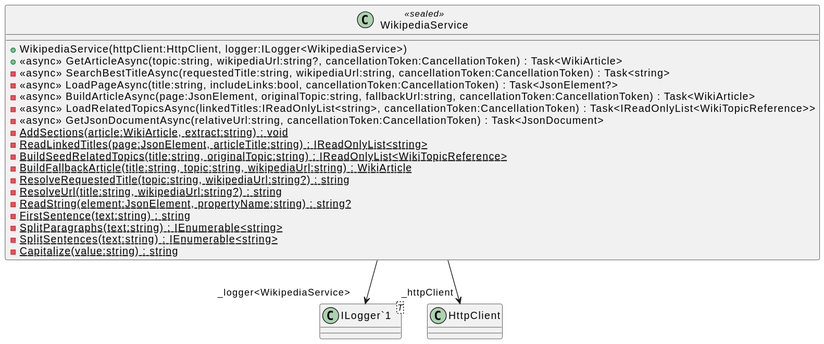
Before: uml/WikiGraph.Api/Infrastructure/Wikipedia/WikipediaService.svg, a diagram exported from PlantUML (Tirth-Thakkar/WikiGraph).
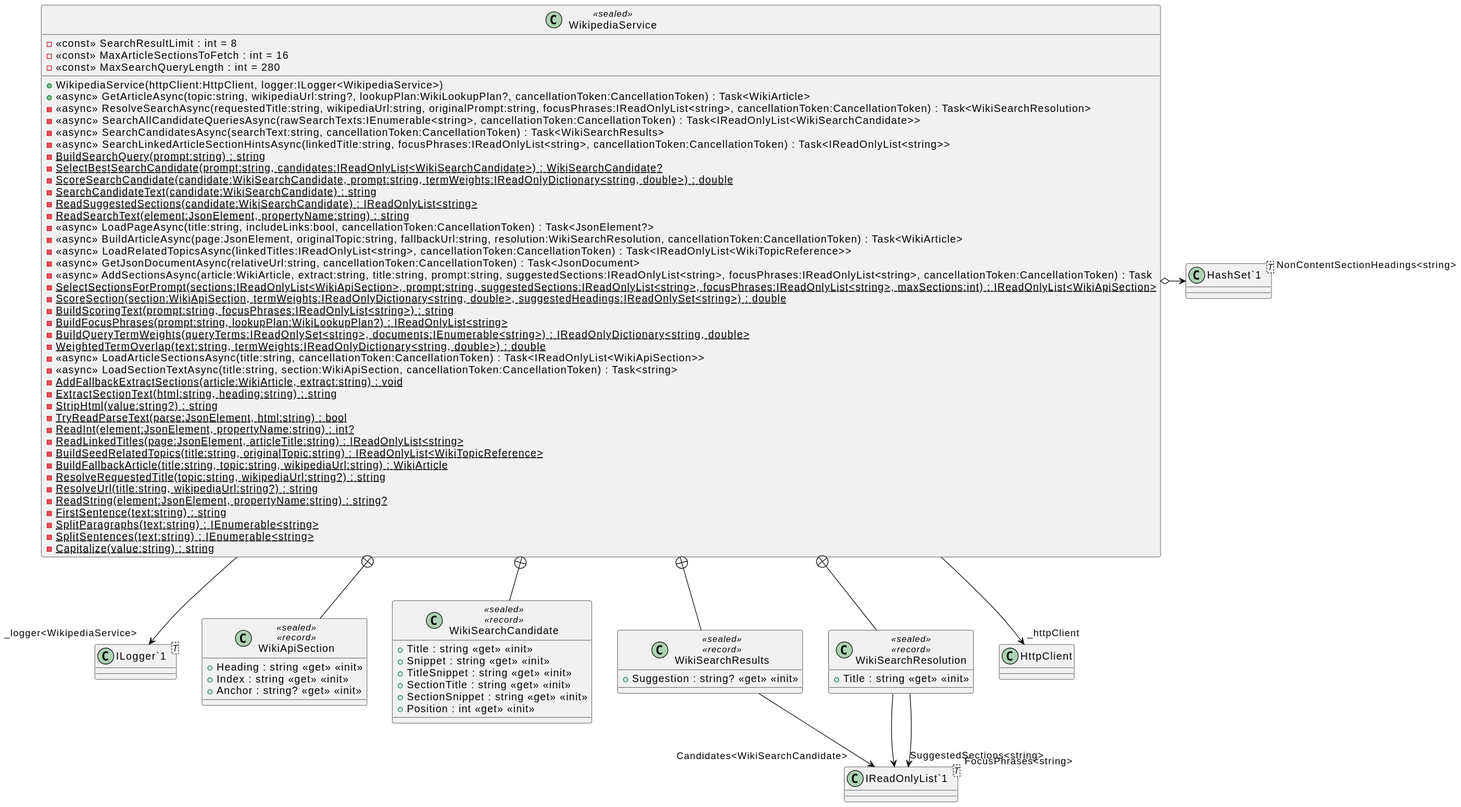
Above is the later version.

Change to the diagram source:
```diff
@@ -1,13 +1,38 @@
 @startuml
 class WikipediaService <<sealed>> {
+    - <<const>> SearchResultLimit : int = 8
+    - <<const>> MaxArticleSectionsToFetch : int = 16
+    - <<const>> MaxSearchQueryLength : int = 280
     + WikipediaService(httpClient:HttpClient, logger:ILogger<WikipediaService>)
-    + <<async>> GetArticleAsync(topic:string, wikipediaUrl:string?, cancellationToken:CancellationToken) : Task<WikiArticle>
-    - <<async>> SearchBestTitleAsync(requestedTitle:string, wikipediaUrl:string, cancellationToken:CancellationToken) : Task<string>
+    + <<async>> GetArticleAsync(topic:string, wikipediaUrl:string?, lookupPlan:WikiLookupPlan?, cancellationToken:CancellationToken) : Task<WikiArticle>
+    - <<async>> ResolveSearchAsync(requestedTitle:string, wikipediaUrl:string, originalPrompt:string, focusPhrases:IReadOnlyList<string>, cancellationToken:CancellationToken) : Task<WikiSearchResolution>
+    - <<async>> SearchAllCandidateQueriesAsync(rawSearchTexts:IEnumerable<string>, cancellationToken:CancellationToken) : Task<IReadOnlyList<WikiSearchCandidate>>
+    - <<async>> SearchCandidatesAsync(searchText:string, cancellationToken:CancellationToken) : Task<WikiSearchResults>
+    - <<async>> SearchLinkedArticleSectionHintsAsync(linkedTitle:string, focusPhrases:IReadOnlyList<string>, cancellationToken:CancellationToken) : Task<IReadOnlyList<string>>
+    - {static} BuildSearchQuery(prompt:string) : string
+    - {static} SelectBestSearchCandidate(prompt:string, candidates:IReadOnlyList<WikiSearchCandidate>) : WikiSearchCandidate?
+    - {static} ScoreSearchCandidate(candidate:WikiSearchCandidate, prompt:string, termWeights:IReadOnlyDictionary<string, double>) : double
+    - {static} SearchCandidateText(candidate:WikiSearchCandidate) : string
+    - {static} ReadSuggestedSections(candidate:WikiSearchCandidate) : IReadOnlyList<string>
+    - {static} ReadSearchText(element:JsonElement, propertyName:string) : string
     - <<async>> LoadPageAsync(title:string, includeLinks:bool, cancellationToken:CancellationToken) : Task<JsonElement?>
-    - <<async>> BuildArticleAsync(page:JsonElement, originalTopic:string, fallbackUrl:string, cancellationToken:CancellationToken) : Task<WikiArticle>
+    - <<async>> BuildArticleAsync(page:JsonElement, originalTopic:string, fallbackUrl:string, resolution:WikiSearchResolution, cancellationToken:CancellationToken) : Task<WikiArticle>
     - <<async>> LoadRelatedTopicsAsync(linkedTitles:IReadOnlyList<string>, cancellationToken:CancellationToken) : Task<IReadOnlyList<WikiTopicReference>>
     - <<async>> GetJsonDocumentAsync(relativeUrl:string, cancellationToken:CancellationToken) : Task<JsonDocument>
-    - {static} AddSections(article:WikiArticle, extract:string) : void
+    - <<async>> AddSectionsAsync(article:WikiArticle, extract:string, title:string, prompt:string, suggestedSections:IReadOnlyList<string>, focusPhrases:IReadOnlyList<string>, cancellationToken:CancellationToken) : Task
+    - {static} SelectSectionsForPrompt(sections:IReadOnlyList<WikiApiSection>, prompt:string, suggestedSections:IReadOnlyList<string>, focusPhrases:IReadOnlyList<string>, maxSections:int) : IReadOnlyList<WikiApiSection>
+    - {static} ScoreSection(section:WikiApiSection, termWeights:IReadOnlyDictionary<string, double>, suggestedHeadings:IReadOnlySet<string>) : double
+    - {static} BuildScoringText(prompt:string, focusPhrases:IReadOnlyList<string>) : string
+    - {static} BuildFocusPhrases(prompt:string, lookupPlan:WikiLookupPlan?) : IReadOnlyList<string>
+    - {static} BuildQueryTermWeights(queryTerms:IReadOnlySet<string>, documents:IEnumerable<string>) : IReadOnlyDictionary<string, double>
+    - {static} WeightedTermOverlap(text:string, termWeights:IReadOnlyDictionary<string, double>) : double
+    - <<async>> LoadArticleSectionsAsync(title:string, cancellationToken:CancellationToken) : Task<IReadOnlyList<WikiApiSection>>
+    - <<async>> LoadSectionTextAsync(title:string, section:WikiApiSection, cancellationToken:CancellationToken) : Task<string>
+    - {static} AddFallbackExtractSections(article:WikiArticle, extract:string) : void
+    - {static} ExtractSectionText(html:string, heading:string) : string
+    - {static} StripHtml(value:string?) : string
+    - {static} TryReadParseText(parse:JsonElement, html:string) : bool
+    - {static} ReadInt(element:JsonElement, propertyName:string) : int?
     - {static} ReadLinkedTitles(page:JsonElement, articleTitle:string) : IReadOnlyList<string>
     - {static} BuildSeedRelatedTopics(title:string, originalTopic:string) : IReadOnlyList<WikiTopicReference>
     - {static} BuildFallbackArticle(title:string, topic:string, wikipediaUrl:string) : WikiArticle
@@ -19,8 +44,39 @@
     - {static} SplitSentences(text:string) : IEnumerable<string>
     - {static} Capitalize(value:string) : string
 }
+class "HashSet`1"<T> {
+}
 class "ILogger`1"<T> {
 }
+class WikiApiSection <<sealed>> <<record>> {
+    + Heading : string <<get>> <<init>>
+    + Index : string <<get>> <<init>>
+    + Anchor : string? <<get>> <<init>>
+}
+class WikiSearchCandidate <<sealed>> <<record>> {
+    + Title : string <<get>> <<init>>
+    + Snippet : string <<get>> <<init>>
+    + TitleSnippet : string <<get>> <<init>>
+    + SectionTitle : string <<get>> <<init>>
+    + SectionSnippet : string <<get>> <<init>>
+    + Position : int <<get>> <<init>>
+}
+class WikiSearchResults <<sealed>> <<record>> {
+    + Suggestion : string? <<get>> <<init>>
+}
+class WikiSearchResolution <<sealed>> <<record>> {
+    + Title : string <<get>> <<init>>
+}
+class "IReadOnlyList`1"<T> {
+}
+WikipediaService o-> "NonContentSectionHeadings<string>" "HashSet`1"
 WikipediaService --> "_httpClient" HttpClient
 WikipediaService --> "_logger<WikipediaService>" "ILogger`1"
+WikipediaService +-- WikiApiSection
+WikipediaService +-- WikiSearchCandidate
+WikipediaService +-- WikiSearchResults
+WikiSearchResults --> "Candidates<WikiSearchCandidate>" "IReadOnlyList`1"
+WikipediaService +-- WikiSearchResolution
+WikiSearchResolution --> "SuggestedSections<string>" "IReadOnlyList`1"
+WikiSearchResolution --> "FocusPhrases<string>" "IReadOnlyList`1"
 @enduml
```
